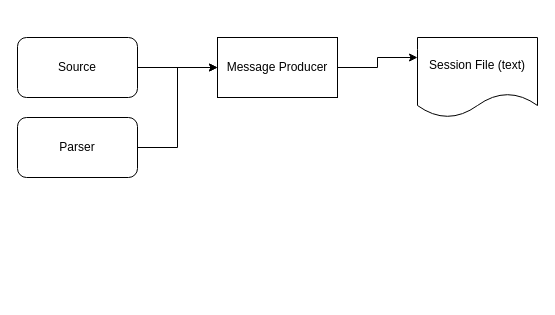
Above: plugins.drawio in DmitryAstafyev/chipmunk3_roadmap (draw.io), before the change. Source tidied: cells renumbered, new cells numbered last; positions are measured from the earlier drawing's top-left corner, leaving out a move shared by most shapes. Both pictures are drawn from the tidied source at 100%, with x=0, y=0 at pixel (17, 37).
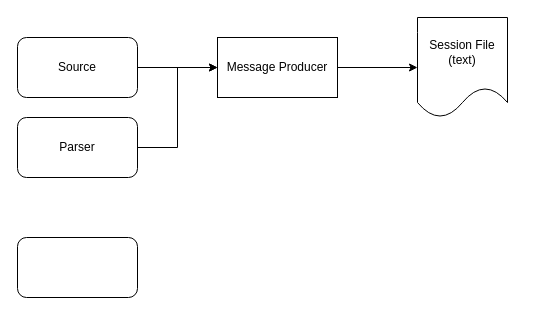
Above is the later version.

Diff of the diagram source:
```diff
@@
 <mxGraphModel>
   <root>
     <mxCell id="0" />
     <mxCell id="1" parent="0" />
-    <mxCell id="2" style="edgeStyle=orthogonalEdgeStyle;rounded=0;jettySize=auto;html=1;exitX=1;exitY=0.5;exitDx=0;exitDy=0;entryX=0;entryY=0.25;entryDx=0;entryDy=0;" parent="1" edge="1" source="3" target="8">
+    <mxCell id="2" style="edgeStyle=orthogonalEdgeStyle;rounded=0;jettySize=auto;html=1;exitX=1;exitY=0.5;exitDx=0;exitDy=0;entryX=0;entryY=0.5;entryDx=0;entryDy=0;" parent="1" edge="1" source="3" target="8">
       <mxGeometry relative="1" as="geometry" />
     </mxCell>
     <mxCell id="3" value="Message Producer" style="rounded=0;whiteSpace=wrap;html=1;" parent="1" vertex="1">
       <mxGeometry x="200" width="120" height="60" as="geometry" />
     </mxCell>
     <mxCell id="4" style="edgeStyle=orthogonalEdgeStyle;rounded=0;jettySize=auto;html=1;exitX=1;exitY=0.5;exitDx=0;exitDy=0;entryX=0;entryY=0.5;entryDx=0;entryDy=0;" parent="1" edge="1" source="5" target="3">
       <mxGeometry relative="1" as="geometry" />
     </mxCell>
     <mxCell id="5" value="Source" style="rounded=1;whiteSpace=wrap;html=1;" parent="1" vertex="1">
       <mxGeometry width="120" height="60" as="geometry" />
     </mxCell>
     <mxCell id="6" style="edgeStyle=orthogonalEdgeStyle;rounded=0;jettySize=auto;html=1;exitX=1;exitY=0.5;exitDx=0;exitDy=0;" parent="1" edge="1" source="7">
       <mxGeometry relative="1" as="geometry">
         <mxPoint x="200" y="30" as="targetPoint" />
         <Array as="points">
           <mxPoint x="160" y="110" />
           <mxPoint x="160" y="30" />
         </Array>
       </mxGeometry>
     </mxCell>
     <mxCell id="7" value="Parser" style="rounded=1;whiteSpace=wrap;html=1;" parent="1" vertex="1">
       <mxGeometry y="80" width="120" height="60" as="geometry" />
     </mxCell>
     <mxCell id="8" value="Session File (text)" style="shape=document;whiteSpace=wrap;html=1;boundedLbl=1;" parent="1" vertex="1">
-      <mxGeometry x="400" width="120" height="80" as="geometry" />
+      <mxGeometry x="400" y="-20" width="90" height="100" as="geometry" />
     </mxCell>
+    <mxCell id="9" style="rounded=1;whiteSpace=wrap;html=1;" parent="1" vertex="1">
+      <mxGeometry y="200" width="120" height="60" as="geometry" />
+    </mxCell>
   </root>
 </mxGraphModel>
```
